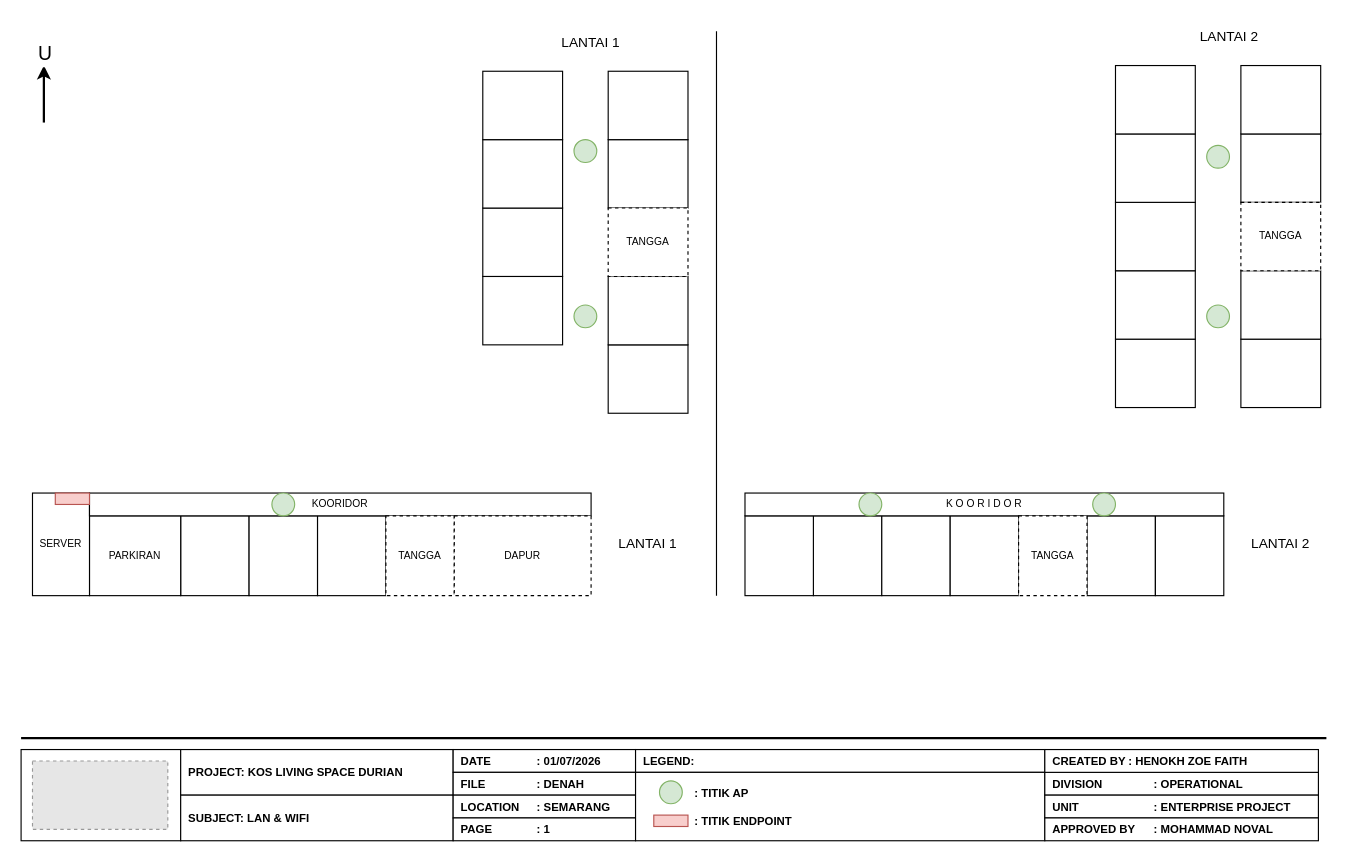
Earlier version of the draw.io diagram page "DENAH" (2 of 2) of KOS LIVING SPACE DURIAN.drawio (hnkzf/topologi-site). Source tidied: cells renumbered, new cells numbered last; positions are measured from the earlier drawing's top-left corner, leaving out a move shared by most shapes. Both pictures are drawn from the tidied source at 114%, with x=0, y=0 at pixel (21, 19). Pictures stored in the file or linked from it are replaced by grey dashed boxes.
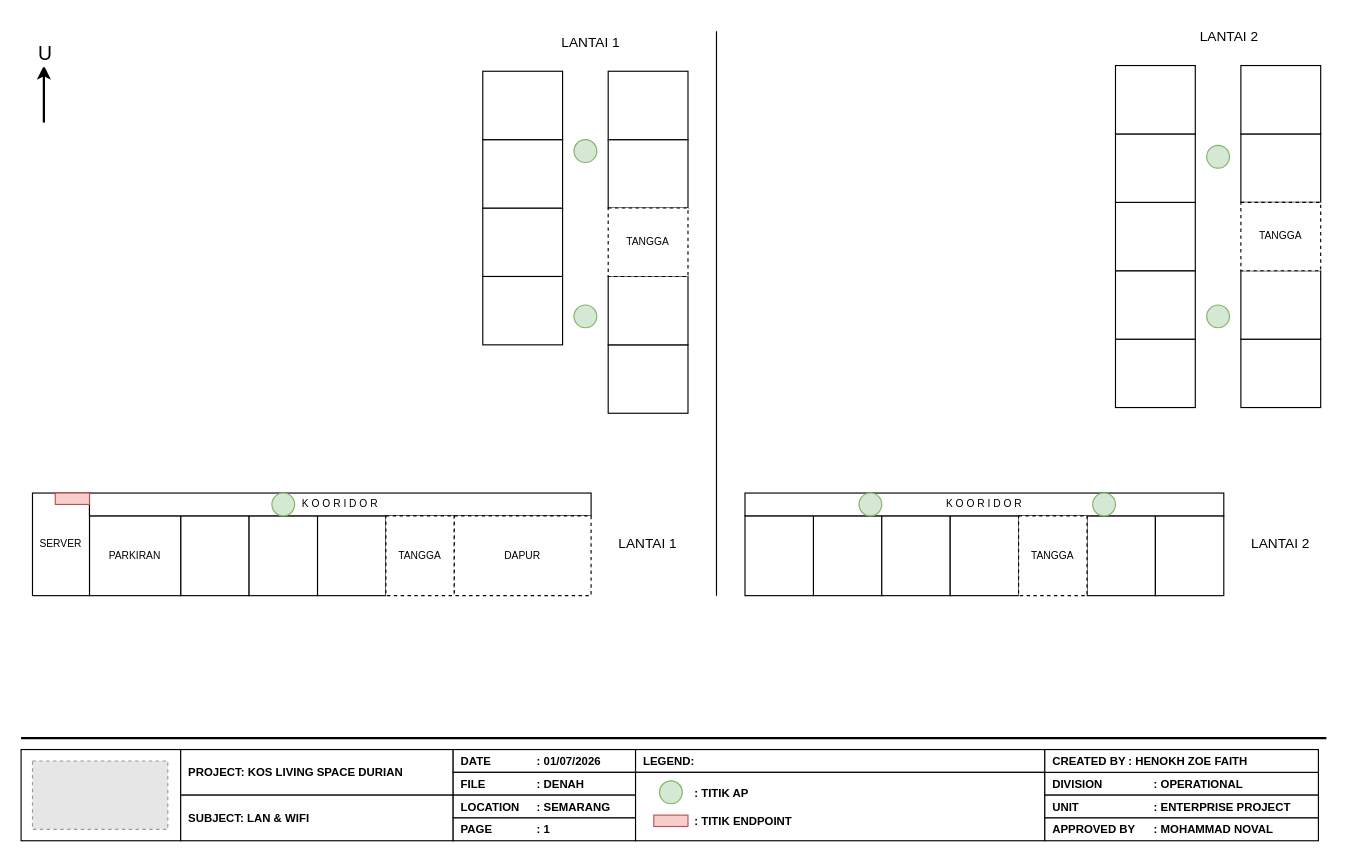
The same diagram, later.

Change to the diagram source:
```diff
@@
-    <mxCell id="15" value="KOORIDOR" style="rounded=0;whiteSpace=wrap;html=1;fontSize=9;" parent="1" vertex="1">
+    <mxCell id="15" value="K O O R I D O R" style="rounded=0;whiteSpace=wrap;html=1;fontSize=9;" parent="1" vertex="1">
       <mxGeometry x="60" y="415" width="440" height="20" as="geometry" />
     </mxCell>
```
